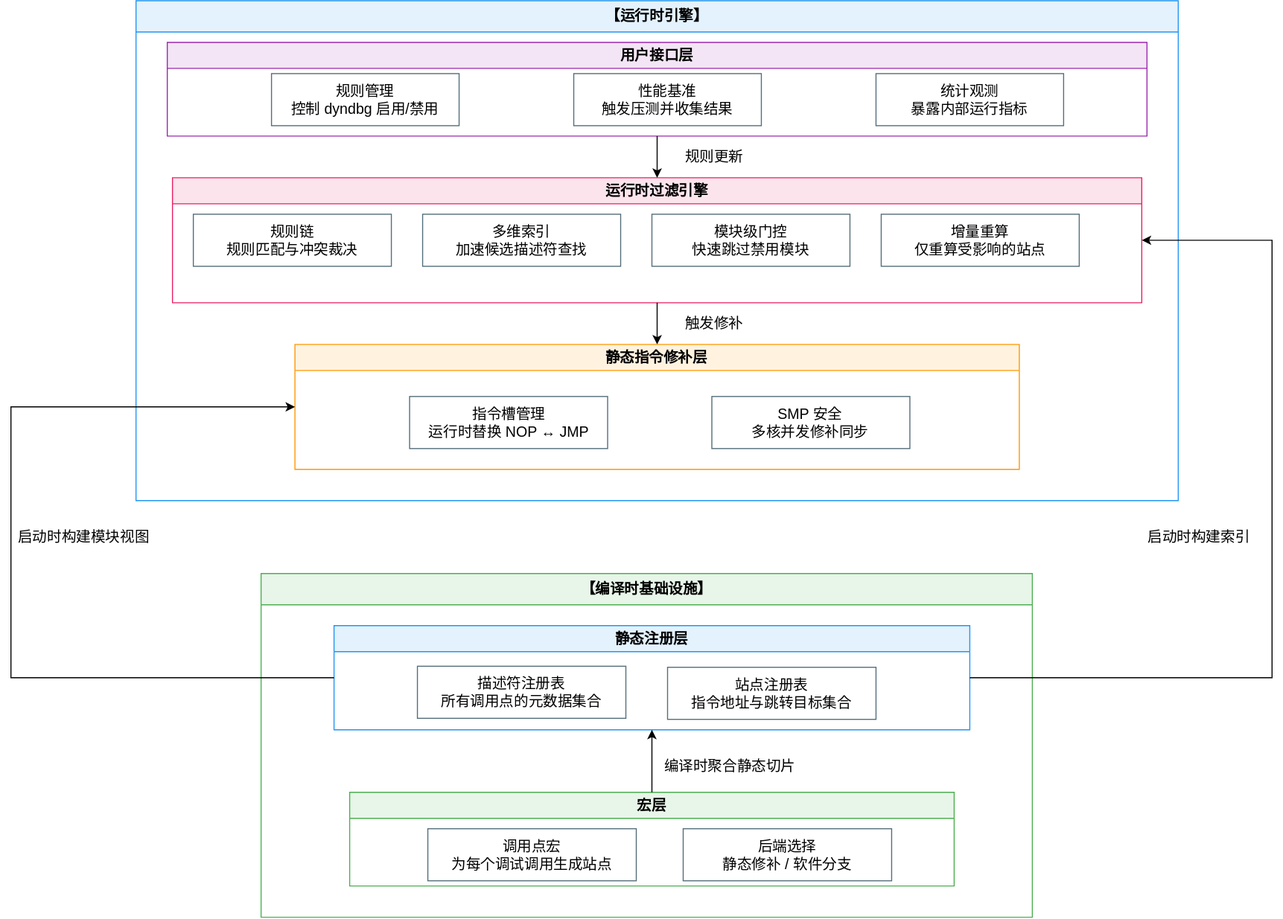
Above: 一些开发资料/pic/1架构图/架构图.drawio.svg in LHHL7/asterinas-dyn-debug (draw.io), before the change. Source tidied: cells renumbered, new cells last; positions are measured from the earlier drawing's top-left corner, leaving out a move shared by most shapes.
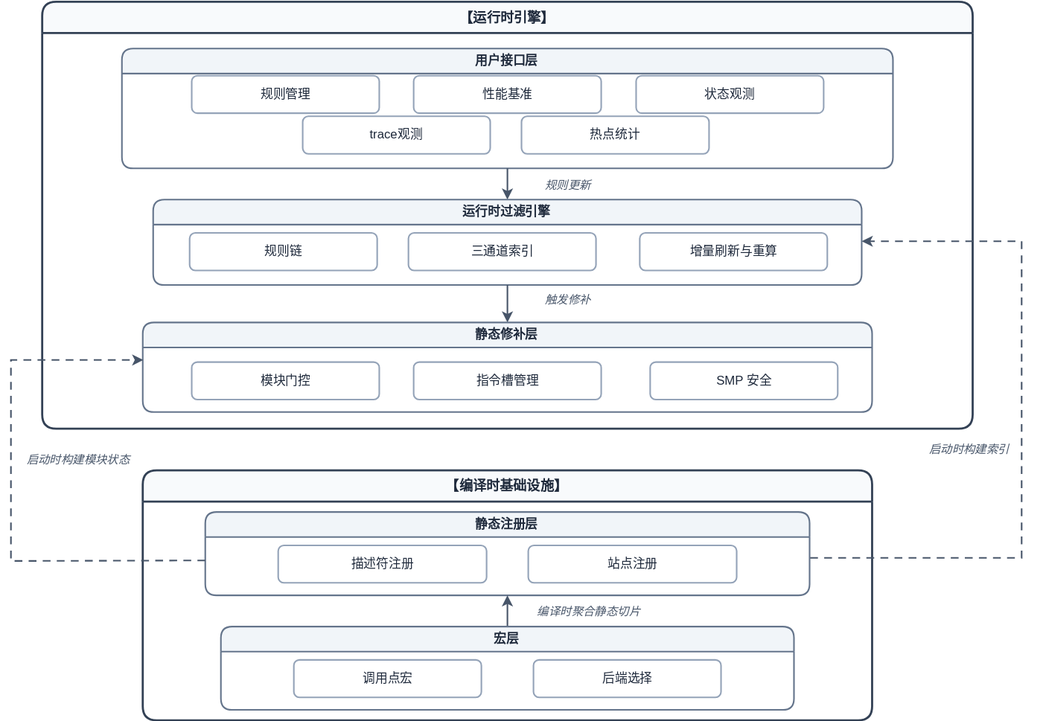
Above is the later version.

Change to the diagram source:
```diff
@@ -2,105 +2,115 @@
   <root>
     <mxCell id="0" />
     <mxCell id="1" parent="0" />
-    <mxCell id="2" value="【运行时引擎】" style="swimlane;whiteSpace=wrap;html=1;fillColor=#E3F2FD;strokeColor=#2196F3;fontSize=14;fontStyle=1;startSize=30;" parent="1" vertex="1">
-      <mxGeometry x="130" width="1000" height="480" as="geometry" />
+    <mxCell id="2" value="【运行时引擎】" style="swimlane;whiteSpace=wrap;html=1;fillColor=#F8FAFC;strokeColor=#334155;strokeWidth=2;fontSize=13;fontStyle=1;startSize=30;fontColor=#1E293B;rounded=1;shadow=0;fontFamily=Helvetica;" parent="1" vertex="1">
+      <mxGeometry x="280" y="840" width="893" height="410" as="geometry" />
     </mxCell>
-    <mxCell id="3" value="用户接口层" style="swimlane;whiteSpace=wrap;html=1;fillColor=#F3E5F5;strokeColor=#9C27B0;fontSize=14;startSize=25;" parent="2" vertex="1">
-      <mxGeometry x="30" y="40" width="940" height="90" as="geometry" />
+    <mxCell id="3" value="用户接口层" style="swimlane;whiteSpace=wrap;html=1;fillColor=#F1F5F9;strokeColor=#64748B;strokeWidth=1.5;fontSize=12;startSize=24;fontColor=#1E293B;rounded=1;shadow=0;fontFamily=Helvetica;fontStyle=1;" parent="2" vertex="1">
+      <mxGeometry x="76.5" y="45" width="740" height="115" as="geometry" />
     </mxCell>
-    <mxCell id="4" value="规则管理&#10;控制 dyndbg 启用/禁用" style="rounded=0;whiteSpace=wrap;html=1;fillColor=#FFFFFF;strokeColor=#546E7A;fontSize=14;" parent="3" vertex="1">
-      <mxGeometry x="100" y="30" width="180" height="50" as="geometry" />
-    </mxCell>
-    <mxCell id="5" value="性能基准&#10;触发压测并收集结果" style="rounded=0;whiteSpace=wrap;html=1;fillColor=#FFFFFF;strokeColor=#546E7A;fontSize=14;" parent="3" vertex="1">
-      <mxGeometry x="390" y="30" width="180" height="50" as="geometry" />
-    </mxCell>
-    <mxCell id="6" value="统计观测&#10;暴露内部运行指标" style="rounded=0;whiteSpace=wrap;html=1;fillColor=#FFFFFF;strokeColor=#546E7A;fontSize=14;" parent="3" vertex="1">
-      <mxGeometry x="680" y="30" width="180" height="50" as="geometry" />
-    </mxCell>
+    <mxCell id="32" value="规则管理" style="rounded=1;whiteSpace=wrap;html=1;fillColor=#FFFFFF;strokeColor=#94A3B8;strokeWidth=1.5;fontSize=12;fontColor=#1E293B;shadow=0;fontFamily=Helvetica;" parent="3" vertex="1">
+      <mxGeometry x="67" y="26" width="180" height="36" as="geometry" />
+    </mxCell>
+    <mxCell id="33" value="性能基准" style="rounded=1;whiteSpace=wrap;html=1;fillColor=#FFFFFF;strokeColor=#94A3B8;strokeWidth=1.5;fontSize=12;fontColor=#1E293B;shadow=0;fontFamily=Helvetica;" parent="3" vertex="1">
+      <mxGeometry x="280" y="26" width="180" height="36" as="geometry" />
+    </mxCell>
+    <mxCell id="34" value="状态观测" style="rounded=1;whiteSpace=wrap;html=1;fillColor=#FFFFFF;strokeColor=#94A3B8;strokeWidth=1.5;fontSize=12;fontColor=#1E293B;shadow=0;fontFamily=Helvetica;" parent="3" vertex="1">
+      <mxGeometry x="493.5" y="26" width="180" height="36" as="geometry" />
+    </mxCell>
+    <mxCell id="35" value="trace观测" style="rounded=1;whiteSpace=wrap;html=1;fillColor=#FFFFFF;strokeColor=#94A3B8;strokeWidth=1.5;fontSize=12;fontColor=#1E293B;shadow=0;fontFamily=Helvetica;" parent="3" vertex="1">
+      <mxGeometry x="173.5" y="65" width="180" height="36" as="geometry" />
+    </mxCell>
+    <mxCell id="36" value="热点统计" style="rounded=1;whiteSpace=wrap;html=1;fillColor=#FFFFFF;strokeColor=#94A3B8;strokeWidth=1.5;fontSize=12;fontColor=#1E293B;shadow=0;fontFamily=Helvetica;" parent="3" vertex="1">
+      <mxGeometry x="383.5" y="65" width="180" height="36" as="geometry" />
+    </mxCell>
+    <mxCell id="15" style="endArrow=classic;html=1;rounded=0;exitX=0.5;exitY=1;exitDx=0;exitDy=0;entryX=0.5;entryY=0;entryDx=0;entryDy=0;fontSize=11;strokeColor=#475569;strokeWidth=1.5;endFill=1;" parent="2" edge="1" source="3" target="7">
+      <mxGeometry relative="1" as="geometry" />
+    </mxCell>
-    <mxCell id="7" value="运行时过滤引擎" style="swimlane;whiteSpace=wrap;html=1;fillColor=#FCE4EC;strokeColor=#E91E63;fontSize=14;startSize=25;" parent="2" vertex="1">
-      <mxGeometry x="35" y="170" width="930" height="120" as="geometry" />
+    <mxCell id="7" value="运行时过滤引擎" style="swimlane;whiteSpace=wrap;html=1;fillColor=#F1F5F9;strokeColor=#64748B;strokeWidth=1.5;fontSize=12;startSize=24;fontColor=#1E293B;rounded=1;shadow=0;fontFamily=Helvetica;fontStyle=1;" parent="2" vertex="1">
+      <mxGeometry x="106.5" y="190" width="680" height="82" as="geometry" />
     </mxCell>
-    <mxCell id="8" value="规则链&#10;规则匹配与冲突裁决" style="rounded=0;whiteSpace=wrap;html=1;fillColor=#FFFFFF;strokeColor=#546E7A;fontSize=14;" parent="7" vertex="1">
-      <mxGeometry x="20" y="35" width="190" height="50" as="geometry" />
-    </mxCell>
-    <mxCell id="9" value="多维索引&#10;加速候选描述符查找" style="rounded=0;whiteSpace=wrap;html=1;fillColor=#FFFFFF;strokeColor=#546E7A;fontSize=14;" parent="7" vertex="1">
-      <mxGeometry x="240" y="35" width="190" height="50" as="geometry" />
-    </mxCell>
-    <mxCell id="10" value="模块级门控&#10;快速跳过禁用模块" style="rounded=0;whiteSpace=wrap;html=1;fillColor=#FFFFFF;strokeColor=#546E7A;fontSize=14;" parent="7" vertex="1">
-      <mxGeometry x="460" y="35" width="190" height="50" as="geometry" />
-    </mxCell>
-    <mxCell id="11" value="增量重算&#10;仅重算受影响的站点" style="rounded=0;whiteSpace=wrap;html=1;fillColor=#FFFFFF;strokeColor=#546E7A;fontSize=14;" parent="7" vertex="1">
-      <mxGeometry x="680" y="35" width="190" height="50" as="geometry" />
-    </mxCell>
-    <mxCell id="12" value="静态指令修补层" style="swimlane;whiteSpace=wrap;html=1;fillColor=#FFF3E0;strokeColor=#FF9800;fontSize=14;startSize=25;" parent="2" vertex="1">
-      <mxGeometry x="152.5" y="330" width="695" height="120" as="geometry" />
-    </mxCell>
-    <mxCell id="13" value="指令槽管理&#10;运行时替换 NOP ↔ JMP" style="rounded=0;whiteSpace=wrap;html=1;fillColor=#FFFFFF;strokeColor=#546E7A;fontSize=14;" parent="12" vertex="1">
-      <mxGeometry x="110" y="50" width="190" height="50" as="geometry" />
-    </mxCell>
-    <mxCell id="14" value="SMP 安全&#10;多核并发修补同步" style="rounded=0;whiteSpace=wrap;html=1;fillColor=#FFFFFF;strokeColor=#546E7A;fontSize=14;" parent="12" vertex="1">
-      <mxGeometry x="400" y="50" width="190" height="50" as="geometry" />
-    </mxCell>
-    <mxCell id="15" style="endArrow=classic;html=1;rounded=0;exitX=0.5;exitY=1;exitDx=0;exitDy=0;entryX=0.5;entryY=0;entryDx=0;entryDy=0;fontSize=14;" parent="2" edge="1" source="3" target="7">
-      <mxGeometry relative="1" as="geometry" />
-    </mxCell>
-    <mxCell id="16" style="endArrow=classic;html=1;rounded=0;exitX=0.5;exitY=1;exitDx=0;exitDy=0;entryX=0.5;entryY=0;entryDx=0;entryDy=0;fontSize=14;" parent="2" edge="1" source="7" target="12">
-      <mxGeometry relative="1" as="geometry" />
-    </mxCell>
+    <mxCell id="37" value="规则链" style="rounded=1;whiteSpace=wrap;html=1;fillColor=#FFFFFF;strokeColor=#94A3B8;strokeWidth=1.5;fontSize=12;fontColor=#1E293B;shadow=0;fontFamily=Helvetica;" parent="7" vertex="1">
+      <mxGeometry x="35" y="32" width="180" height="36" as="geometry" />
+    </mxCell>
+    <mxCell id="38" value="三通道索引" style="rounded=1;whiteSpace=wrap;html=1;fillColor=#FFFFFF;strokeColor=#94A3B8;strokeWidth=1.5;fontSize=12;fontColor=#1E293B;shadow=0;fontFamily=Helvetica;" parent="7" vertex="1">
+      <mxGeometry x="245" y="32" width="180" height="36" as="geometry" />
+    </mxCell>
+    <mxCell id="39" value="增量刷新与重算" style="rounded=1;whiteSpace=wrap;html=1;fillColor=#FFFFFF;strokeColor=#94A3B8;strokeWidth=1.5;fontSize=12;fontColor=#1E293B;shadow=0;fontFamily=Helvetica;" parent="7" vertex="1">
+      <mxGeometry x="467" y="32" width="180" height="36" as="geometry" />
+    </mxCell>
+    <mxCell id="40" style="endArrow=classic;html=1;rounded=0;exitX=0.5;exitY=1;exitDx=0;exitDy=0;entryX=0.5;entryY=0;entryDx=0;entryDy=0;fontSize=11;strokeColor=#475569;strokeWidth=1.5;endFill=1;" parent="2" edge="1" source="7" target="41">
+      <mxGeometry relative="1" as="geometry" />
+    </mxCell>
+    <mxCell id="41" value="静态修补层" style="swimlane;whiteSpace=wrap;html=1;fillColor=#F1F5F9;strokeColor=#64748B;strokeWidth=1.5;fontSize=12;startSize=24;fontColor=#1E293B;rounded=1;shadow=0;fontFamily=Helvetica;fontStyle=1;" parent="2" vertex="1">
+      <mxGeometry x="96.5" y="308" width="700" height="86" as="geometry" />
+    </mxCell>
+    <mxCell id="42" value="指令槽管理" style="rounded=1;whiteSpace=wrap;html=1;fillColor=#FFFFFF;strokeColor=#94A3B8;strokeWidth=1.5;fontSize=12;fontColor=#1E293B;shadow=0;fontFamily=Helvetica;" parent="41" vertex="1">
+      <mxGeometry x="260" y="38" width="180" height="36" as="geometry" />
+    </mxCell>
+    <mxCell id="43" value="SMP 安全" style="rounded=1;whiteSpace=wrap;html=1;fillColor=#FFFFFF;strokeColor=#94A3B8;strokeWidth=1.5;fontSize=12;fontColor=#1E293B;shadow=0;fontFamily=Helvetica;" parent="41" vertex="1">
+      <mxGeometry x="487" y="38" width="180" height="36" as="geometry" />
+    </mxCell>
+    <mxCell id="44" value="模块门控" style="rounded=1;whiteSpace=wrap;html=1;fillColor=#FFFFFF;strokeColor=#94A3B8;strokeWidth=1.5;fontSize=12;fontColor=#1E293B;shadow=0;fontFamily=Helvetica;" parent="41" vertex="1">
+      <mxGeometry x="47" y="38" width="180" height="36" as="geometry" />
+    </mxCell>
-    <mxCell id="17" value="规则更新" style="text;html=1;whiteSpace=wrap;strokeColor=none;fillColor=none;align=center;verticalAlign=middle;rounded=0;fontSize=14;" parent="2" vertex="1">
-      <mxGeometry x="500" y="130" width="110" height="40" as="geometry" />
+    <mxCell id="17" value="规则更新" style="text;html=1;whiteSpace=wrap;strokeColor=none;fillColor=none;align=center;verticalAlign=middle;rounded=0;fontSize=11;fontColor=#475569;fontFamily=Helvetica;fontStyle=2;" parent="2" vertex="1">
+      <mxGeometry x="460" y="162" width="90" height="28" as="geometry" />
     </mxCell>
-    <mxCell id="18" value="触发修补" style="text;html=1;whiteSpace=wrap;strokeColor=none;fillColor=none;align=center;verticalAlign=middle;rounded=0;fontSize=14;" parent="2" vertex="1">
-      <mxGeometry x="500" y="290" width="110" height="40" as="geometry" />
+    <mxCell id="18" value="触发修补" style="text;html=1;whiteSpace=wrap;strokeColor=none;fillColor=none;align=center;verticalAlign=middle;rounded=0;fontSize=11;fontColor=#475569;fontFamily=Helvetica;fontStyle=2;" parent="2" vertex="1">
+      <mxGeometry x="445" y="272" width="120" height="28" as="geometry" />
     </mxCell>
-    <mxCell id="19" value="【编译时基础设施】" style="swimlane;whiteSpace=wrap;html=1;fillColor=#E8F5E9;strokeColor=#4CAF50;fontSize=14;fontStyle=1;startSize=30;" parent="1" vertex="1">
-      <mxGeometry x="250" y="550" width="740" height="330" as="geometry" />
+    <mxCell id="19" value="【编译时基础设施】" style="swimlane;whiteSpace=wrap;html=1;fillColor=#F8FAFC;strokeColor=#334155;strokeWidth=2;fontSize=13;fontStyle=1;startSize=30;fontColor=#1E293B;rounded=1;shadow=0;fontFamily=Helvetica;" parent="1" vertex="1">
+      <mxGeometry x="376.5" y="1290" width="700" height="240" as="geometry" />
     </mxCell>
-    <mxCell id="20" value="静态注册层" style="swimlane;whiteSpace=wrap;html=1;fillColor=#E3F2FD;strokeColor=#2196F3;fontSize=14;startSize=25;" parent="19" vertex="1">
-      <mxGeometry x="70" y="50" width="610" height="100" as="geometry" />
+    <mxCell id="20" value="静态注册层" style="swimlane;whiteSpace=wrap;html=1;fillColor=#F1F5F9;strokeColor=#64748B;strokeWidth=1.5;fontSize=12;startSize=24;fontColor=#1E293B;rounded=1;shadow=0;fontFamily=Helvetica;fontStyle=1;" parent="19" vertex="1">
+      <mxGeometry x="60" y="40" width="580" height="80" as="geometry" />
     </mxCell>
-    <mxCell id="21" value="描述符注册表&#10;所有调用点的元数据集合" style="rounded=0;whiteSpace=wrap;html=1;fillColor=#FFFFFF;strokeColor=#546E7A;fontSize=14;" parent="20" vertex="1">
-      <mxGeometry x="80" y="39" width="200" height="50" as="geometry" />
-    </mxCell>
-    <mxCell id="22" value="站点注册表&#10;指令地址与跳转目标集合" style="rounded=0;whiteSpace=wrap;html=1;fillColor=#FFFFFF;strokeColor=#546E7A;fontSize=14;" parent="20" vertex="1">
-      <mxGeometry x="320" y="40" width="200" height="50" as="geometry" />
-    </mxCell>
+    <mxCell id="45" value="描述符注册" style="rounded=1;whiteSpace=wrap;html=1;fillColor=#FFFFFF;strokeColor=#94A3B8;strokeWidth=1.5;fontSize=12;fontColor=#1E293B;shadow=0;fontFamily=Helvetica;" parent="20" vertex="1">
+      <mxGeometry x="70" y="32" width="200" height="36" as="geometry" />
+    </mxCell>
+    <mxCell id="46" value="站点注册" style="rounded=1;whiteSpace=wrap;html=1;fillColor=#FFFFFF;strokeColor=#94A3B8;strokeWidth=1.5;fontSize=12;fontColor=#1E293B;shadow=0;fontFamily=Helvetica;" parent="20" vertex="1">
+      <mxGeometry x="310" y="32" width="200" height="36" as="geometry" />
+    </mxCell>
+    <mxCell id="26" style="endArrow=classic;html=1;rounded=0;exitX=0.5;exitY=0;exitDx=0;exitDy=0;entryX=0.5;entryY=1;entryDx=0;entryDy=0;fontSize=11;strokeColor=#475569;strokeWidth=1.5;endFill=1;" parent="19" edge="1" source="23" target="20">
+      <mxGeometry relative="1" as="geometry" />
+    </mxCell>
-    <mxCell id="23" value="宏层" style="swimlane;whiteSpace=wrap;html=1;fillColor=#E8F5E9;strokeColor=#4CAF50;fontSize=14;startSize=25;" parent="19" vertex="1">
-      <mxGeometry x="85" y="210" width="580" height="90" as="geometry" />
+    <mxCell id="23" value="宏层" style="swimlane;whiteSpace=wrap;html=1;fillColor=#F1F5F9;strokeColor=#64748B;strokeWidth=1.5;fontSize=12;startSize=24;fontColor=#1E293B;rounded=1;shadow=0;fontFamily=Helvetica;fontStyle=1;" parent="19" vertex="1">
+      <mxGeometry x="75" y="150" width="550" height="80" as="geometry" />
     </mxCell>
-    <mxCell id="24" value="调用点宏&#10;为每个调试调用生成站点" style="rounded=0;whiteSpace=wrap;html=1;fillColor=#FFFFFF;strokeColor=#546E7A;fontSize=14;" parent="23" vertex="1">
-      <mxGeometry x="75" y="35" width="200" height="50" as="geometry" />
-    </mxCell>
-    <mxCell id="25" value="后端选择&#10;静态修补 / 软件分支" style="rounded=0;whiteSpace=wrap;html=1;fillColor=#FFFFFF;strokeColor=#546E7A;fontSize=14;" parent="23" vertex="1">
-      <mxGeometry x="320" y="35" width="200" height="50" as="geometry" />
-    </mxCell>
-    <mxCell id="26" style="endArrow=classic;html=1;rounded=0;exitX=0.5;exitY=0;exitDx=0;exitDy=0;entryX=0.5;entryY=1;entryDx=0;entryDy=0;fontSize=14;" parent="19" edge="1" source="23" target="20">
-      <mxGeometry relative="1" as="geometry" />
-    </mxCell>
+    <mxCell id="47" value="调用点宏" style="rounded=1;whiteSpace=wrap;html=1;fillColor=#FFFFFF;strokeColor=#94A3B8;strokeWidth=1.5;fontSize=12;fontColor=#1E293B;shadow=0;fontFamily=Helvetica;" parent="23" vertex="1">
+      <mxGeometry x="70" y="32" width="180" height="36" as="geometry" />
+    </mxCell>
+    <mxCell id="48" value="后端选择" style="rounded=1;whiteSpace=wrap;html=1;fillColor=#FFFFFF;strokeColor=#94A3B8;strokeWidth=1.5;fontSize=12;fontColor=#1E293B;shadow=0;fontFamily=Helvetica;" parent="23" vertex="1">
+      <mxGeometry x="300" y="32" width="180" height="36" as="geometry" />
+    </mxCell>
-    <mxCell id="27" value="编译时聚合静态切片" style="text;html=1;whiteSpace=wrap;strokeColor=none;fillColor=none;align=center;verticalAlign=middle;rounded=0;fontSize=14;" parent="19" vertex="1">
-      <mxGeometry x="370" y="140" width="160" height="90" as="geometry" />
+    <mxCell id="27" value="编译时聚合静态切片" style="text;html=1;whiteSpace=wrap;strokeColor=none;fillColor=none;align=center;verticalAlign=middle;rounded=0;fontSize=11;fontColor=#475569;fontFamily=Helvetica;fontStyle=2;" parent="19" vertex="1">
+      <mxGeometry x="343.5" y="122" width="170" height="28" as="geometry" />
     </mxCell>
-    <mxCell id="28" style="endArrow=classic;html=1;rounded=0;exitX=1;exitY=0.5;exitDx=0;exitDy=0;entryX=1;entryY=0.5;entryDx=0;entryDy=0;fontSize=14;" parent="1" edge="1" source="20" target="7">
-      <mxGeometry relative="1" as="geometry">
-        <Array as="points">
-          <mxPoint x="1220" y="650" />
-          <mxPoint x="1220" y="230" />
-        </Array>
-      </mxGeometry>
-    </mxCell>
-    <mxCell id="29" style="endArrow=classic;html=1;rounded=0;exitX=0;exitY=0.5;exitDx=0;exitDy=0;entryX=0;entryY=0.5;entryDx=0;entryDy=0;fontSize=14;" parent="1" edge="1" source="20" target="12">
-      <mxGeometry relative="1" as="geometry">
-        <Array as="points">
-          <mxPoint x="10" y="650" />
-          <mxPoint x="10" y="390" />
-        </Array>
-      </mxGeometry>
-    </mxCell>
-    <mxCell id="30" value="启动时构建模块视图" style="text;html=1;whiteSpace=wrap;strokeColor=none;fillColor=none;align=center;verticalAlign=middle;rounded=0;fontSize=14;" parent="1" vertex="1">
-      <mxGeometry y="470" width="160" height="90" as="geometry" />
-    </mxCell>
+    <mxCell id="49" style="endArrow=classic;html=1;rounded=0;exitX=0;exitY=0.5;exitDx=0;exitDy=0;fontSize=10;strokeColor=#475569;strokeWidth=1.5;endFill=1;dashed=1;dashPattern=5 4;" parent="19" edge="1">
+      <mxGeometry relative="1" as="geometry">
+        <mxPoint x="60" y="86.5" as="sourcePoint" />
+        <mxPoint x="0.5" y="-106" as="targetPoint" />
+        <Array as="points">
+          <mxPoint x="-126.5" y="87" />
+          <mxPoint x="-126.5" y="-106" />
+        </Array>
+      </mxGeometry>
+    </mxCell>
+    <mxCell id="50" style="endArrow=classic;html=1;rounded=0;entryX=1;entryY=0.5;entryDx=0;entryDy=0;fontSize=10;strokeColor=#475569;strokeWidth=1.5;endFill=1;dashed=1;dashPattern=5 4;" parent="1" edge="1">
+      <mxGeometry relative="1" as="geometry">
+        <mxPoint x="1017" y="1374" as="sourcePoint" />
+        <mxPoint x="1066.5" y="1070" as="targetPoint" />
+        <Array as="points">
+          <mxPoint x="1220" y="1374" />
+          <mxPoint x="1220" y="1070" />
+        </Array>
+      </mxGeometry>
+    </mxCell>
+    <mxCell id="51" value="启动时构建模块状态" style="text;html=1;whiteSpace=wrap;strokeColor=none;fillColor=none;align=center;verticalAlign=middle;rounded=0;fontSize=11;fontColor=#475569;fontFamily=Helvetica;fontStyle=2;" parent="1" vertex="1">
+      <mxGeometry x="240" y="1250" width="150" height="60" as="geometry" />
+    </mxCell>
-    <mxCell id="31" value="启动时构建索引" style="text;html=1;whiteSpace=wrap;strokeColor=none;fillColor=none;align=center;verticalAlign=middle;rounded=0;fontSize=14;" parent="1" vertex="1">
-      <mxGeometry x="1070" y="470" width="160" height="90" as="geometry" />
+    <mxCell id="31" value="启动时构建索引" style="text;html=1;whiteSpace=wrap;strokeColor=none;fillColor=none;align=center;verticalAlign=middle;rounded=0;fontSize=11;fontColor=#475569;fontFamily=Helvetica;fontStyle=2;" parent="1" vertex="1">
+      <mxGeometry x="1100" y="1240" width="140" height="60" as="geometry" />
     </mxCell>
   </root>
 </mxGraphModel>
```
